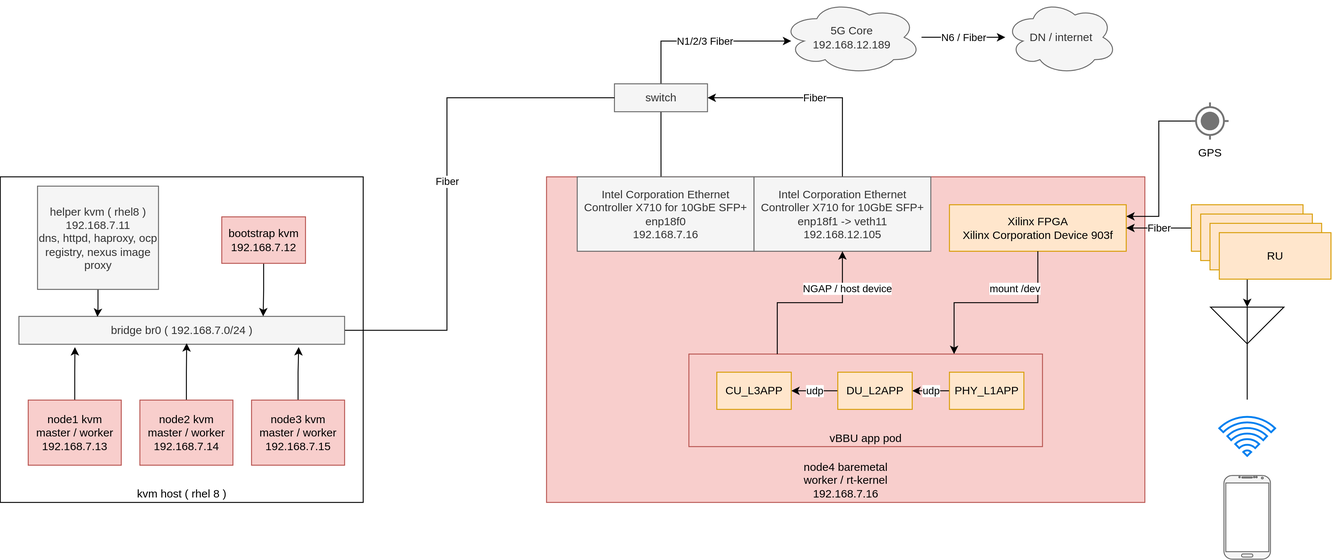
This is redhat/ocp4/4.7/dia/4.7.real-time.kernel.drawio.svg from wangzheng422/docker_env, a draw.io export, as it was before one commit. Source tidied: cells renumbered, new cells last; positions are measured from the earlier drawing's top-left corner, leaving out a move shared by most shapes.
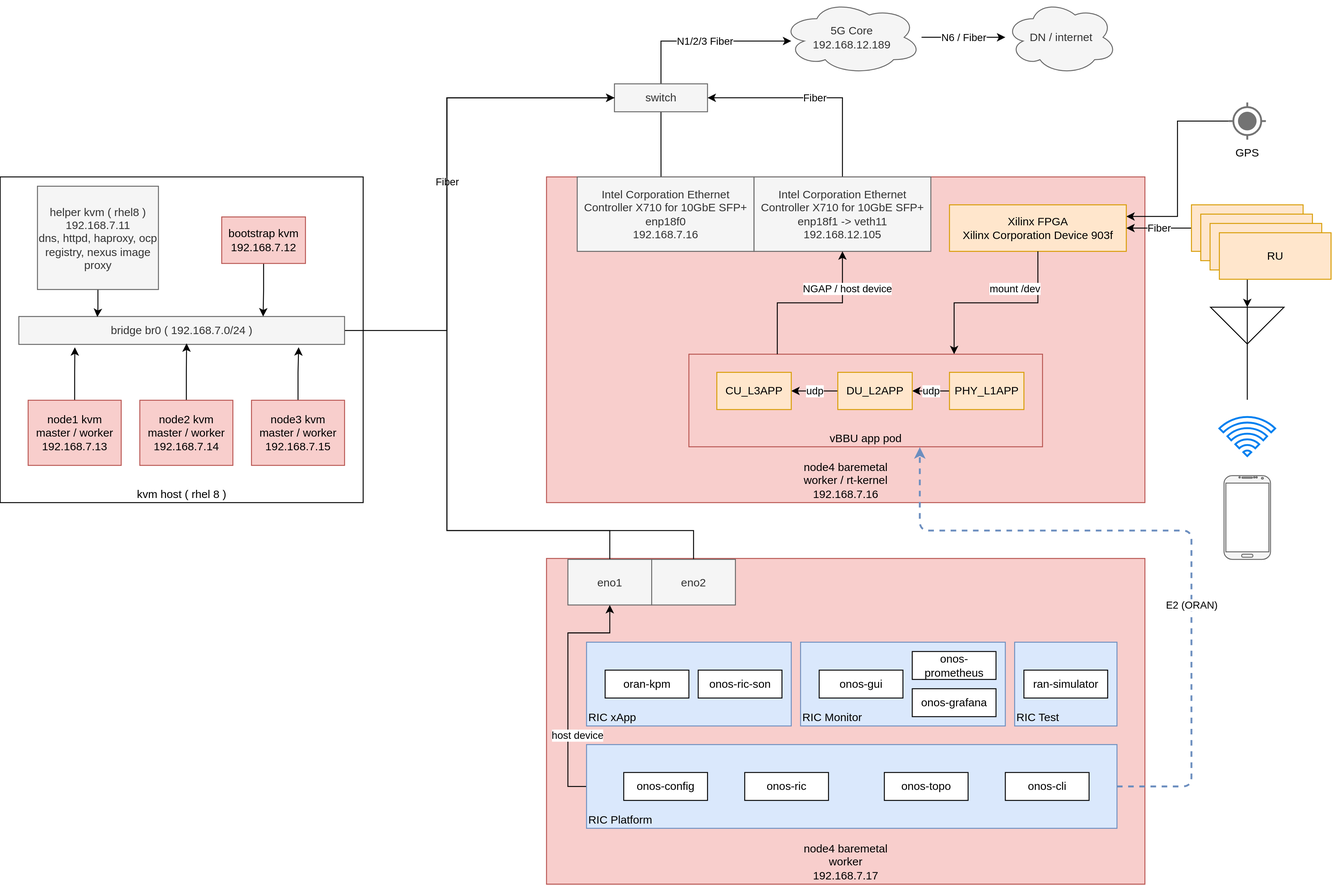
Above is the later version.

What changed in the source:
```diff
@@ -38,9 +38,39 @@
       <mxGeometry relative="1" as="geometry" />
     </mxCell>
     <mxCell id="12" value="GPS" style="dashed=0;verticalLabelPosition=bottom;verticalAlign=top;align=center;shape=mxgraph.gmdl.gps;strokeColor=#737373;fillColor=#737373;shadow=0;strokeWidth=2;" parent="1" vertex="1">
-      <mxGeometry x="1280" y="110" width="40" height="40" as="geometry" />
+      <mxGeometry x="1320" y="110" width="40" height="40" as="geometry" />
     </mxCell>
+    <mxCell id="46" value="node4 baremetal&lt;br&gt;worker&lt;br&gt;192.168.7.17" style="rounded=0;whiteSpace=wrap;html=1;verticalAlign=bottom;fillColor=#f8cecc;strokeColor=#b85450;" parent="1" vertex="1">
+      <mxGeometry x="587" y="600" width="643" height="350" as="geometry" />
+    </mxCell>
     <mxCell id="13" value="Untitled Layer" parent="0" />
+    <mxCell id="47" value="host device" style="edgeStyle=orthogonalEdgeStyle;rounded=0;jettySize=auto;html=1;entryX=0.5;entryY=1;entryDx=0;entryDy=0;exitX=0;exitY=0.5;exitDx=0;exitDy=0;" parent="13" edge="1" source="49" target="64">
+      <mxGeometry x="-0.42" y="-10" relative="1" as="geometry">
+        <Array as="points">
+          <mxPoint x="610" y="845" />
+          <mxPoint x="610" y="680" />
+          <mxPoint x="655" y="680" />
+        </Array>
+      </mxGeometry>
+    </mxCell>
+    <mxCell id="48" value="E2 (ORAN)" style="edgeStyle=orthogonalEdgeStyle;rounded=1;jettySize=auto;html=1;entryX=0.653;entryY=1.005;entryDx=0;entryDy=0;entryPerimeter=0;dashed=1;strokeWidth=2;fillColor=#dae8fc;strokeColor=#6c8ebf;" parent="13" edge="1" source="49" target="4">
+      <mxGeometry x="-0.25" relative="1" as="geometry">
+        <Array as="points">
+          <mxPoint x="1280" y="845" />
+          <mxPoint x="1280" y="570" />
+          <mxPoint x="988" y="570" />
+        </Array>
+      </mxGeometry>
+    </mxCell>
+    <mxCell id="49" value="RIC Platform" style="rounded=0;whiteSpace=wrap;html=1;fillColor=#dae8fc;strokeColor=#6c8ebf;verticalAlign=bottom;align=left;" parent="13" vertex="1">
+      <mxGeometry x="630" y="800" width="570" height="90" as="geometry" />
+    </mxCell>
+    <mxCell id="50" value="RIC Monitor" style="rounded=0;whiteSpace=wrap;html=1;fillColor=#dae8fc;strokeColor=#6c8ebf;verticalAlign=bottom;align=left;" parent="13" vertex="1">
+      <mxGeometry x="860" y="690" width="220" height="90" as="geometry" />
+    </mxCell>
+    <mxCell id="51" value="RIC xApp" style="rounded=0;whiteSpace=wrap;html=1;fillColor=#dae8fc;strokeColor=#6c8ebf;verticalAlign=bottom;align=left;" parent="13" vertex="1">
+      <mxGeometry x="630" y="690" width="220" height="90" as="geometry" />
+    </mxCell>
     <mxCell id="14" value="Fiber" style="edgeStyle=orthogonalEdgeStyle;rounded=0;jettySize=auto;html=1;endArrow=none;endFill=0;entryX=0;entryY=0.5;entryDx=0;entryDy=0;" parent="13" edge="1" source="15" target="10">
       <mxGeometry relative="1" as="geometry">
         <Array as="points">
@@ -154,5 +184,62 @@
     <mxCell id="45" value="RU" style="rounded=0;whiteSpace=wrap;html=1;fillColor=#ffe6cc;strokeColor=#d79b00;" parent="13" vertex="1">
       <mxGeometry x="1310" y="250" width="120" height="50" as="geometry" />
     </mxCell>
+    <mxCell id="52" value="onos-config" style="rounded=0;whiteSpace=wrap;html=1;align=center;verticalAlign=middle;" parent="13" vertex="1">
+      <mxGeometry x="670" y="830" width="90" height="30" as="geometry" />
+    </mxCell>
+    <mxCell id="53" value="onos-ric" style="rounded=0;whiteSpace=wrap;html=1;align=center;verticalAlign=middle;" parent="13" vertex="1">
+      <mxGeometry x="800" y="830" width="90" height="30" as="geometry" />
+    </mxCell>
+    <mxCell id="54" value="onos-topo" style="rounded=0;whiteSpace=wrap;html=1;align=center;verticalAlign=middle;" parent="13" vertex="1">
+      <mxGeometry x="950" y="830" width="90" height="30" as="geometry" />
+    </mxCell>
+    <mxCell id="55" value="onos-cli" style="rounded=0;whiteSpace=wrap;html=1;align=center;verticalAlign=middle;" parent="13" vertex="1">
+      <mxGeometry x="1080" y="830" width="90" height="30" as="geometry" />
+    </mxCell>
+    <mxCell id="56" value="oran-kpm" style="rounded=0;whiteSpace=wrap;html=1;align=center;verticalAlign=middle;" parent="13" vertex="1">
+      <mxGeometry x="650" y="720" width="90" height="30" as="geometry" />
+    </mxCell>
+    <mxCell id="57" value="onos-ric-son" style="rounded=0;whiteSpace=wrap;html=1;align=center;verticalAlign=middle;" parent="13" vertex="1">
+      <mxGeometry x="750" y="720" width="90" height="30" as="geometry" />
+    </mxCell>
+    <mxCell id="58" value="onos-gui" style="rounded=0;whiteSpace=wrap;html=1;align=center;verticalAlign=middle;" parent="13" vertex="1">
+      <mxGeometry x="880" y="720" width="90" height="30" as="geometry" />
+    </mxCell>
+    <mxCell id="59" value="onos-prometheus" style="rounded=0;whiteSpace=wrap;html=1;align=center;verticalAlign=middle;" parent="13" vertex="1">
+      <mxGeometry x="980" y="700" width="90" height="30" as="geometry" />
+    </mxCell>
+    <mxCell id="60" value="onos-grafana" style="rounded=0;whiteSpace=wrap;html=1;align=center;verticalAlign=middle;" parent="13" vertex="1">
+      <mxGeometry x="980" y="740" width="90" height="30" as="geometry" />
+    </mxCell>
+    <mxCell id="61" value="RIC Test" style="rounded=0;whiteSpace=wrap;html=1;fillColor=#dae8fc;strokeColor=#6c8ebf;verticalAlign=bottom;align=left;" parent="13" vertex="1">
+      <mxGeometry x="1090" y="690" width="110" height="90" as="geometry" />
+    </mxCell>
+    <mxCell id="62" value="ran-simulator" style="rounded=0;whiteSpace=wrap;html=1;align=center;verticalAlign=middle;" parent="13" vertex="1">
+      <mxGeometry x="1100" y="720" width="90" height="30" as="geometry" />
+    </mxCell>
+    <mxCell id="63" style="edgeStyle=orthogonalEdgeStyle;rounded=0;jettySize=auto;html=1;" parent="13" edge="1" source="64" target="10">
+      <mxGeometry relative="1" as="geometry">
+        <Array as="points">
+          <mxPoint x="655" y="570" />
+          <mxPoint x="480" y="570" />
+          <mxPoint x="480" y="105" />
+        </Array>
+      </mxGeometry>
+    </mxCell>
+    <mxCell id="64" value="eno1" style="rounded=0;whiteSpace=wrap;html=1;fillColor=#f5f5f5;strokeColor=#666666;fontColor=#333333;" parent="13" vertex="1">
+      <mxGeometry x="610" y="601" width="90" height="49" as="geometry" />
+    </mxCell>
+    <mxCell id="65" style="edgeStyle=orthogonalEdgeStyle;rounded=0;jettySize=auto;html=1;" parent="13" edge="1" source="66" target="10">
+      <mxGeometry relative="1" as="geometry">
+        <Array as="points">
+          <mxPoint x="745" y="570" />
+          <mxPoint x="480" y="570" />
+          <mxPoint x="480" y="105" />
+        </Array>
+      </mxGeometry>
+    </mxCell>
+    <mxCell id="66" value="eno2" style="rounded=0;whiteSpace=wrap;html=1;fillColor=#f5f5f5;strokeColor=#666666;fontColor=#333333;" parent="13" vertex="1">
+      <mxGeometry x="700" y="601" width="90" height="49" as="geometry" />
+    </mxCell>
   </root>
 </mxGraphModel>
```
